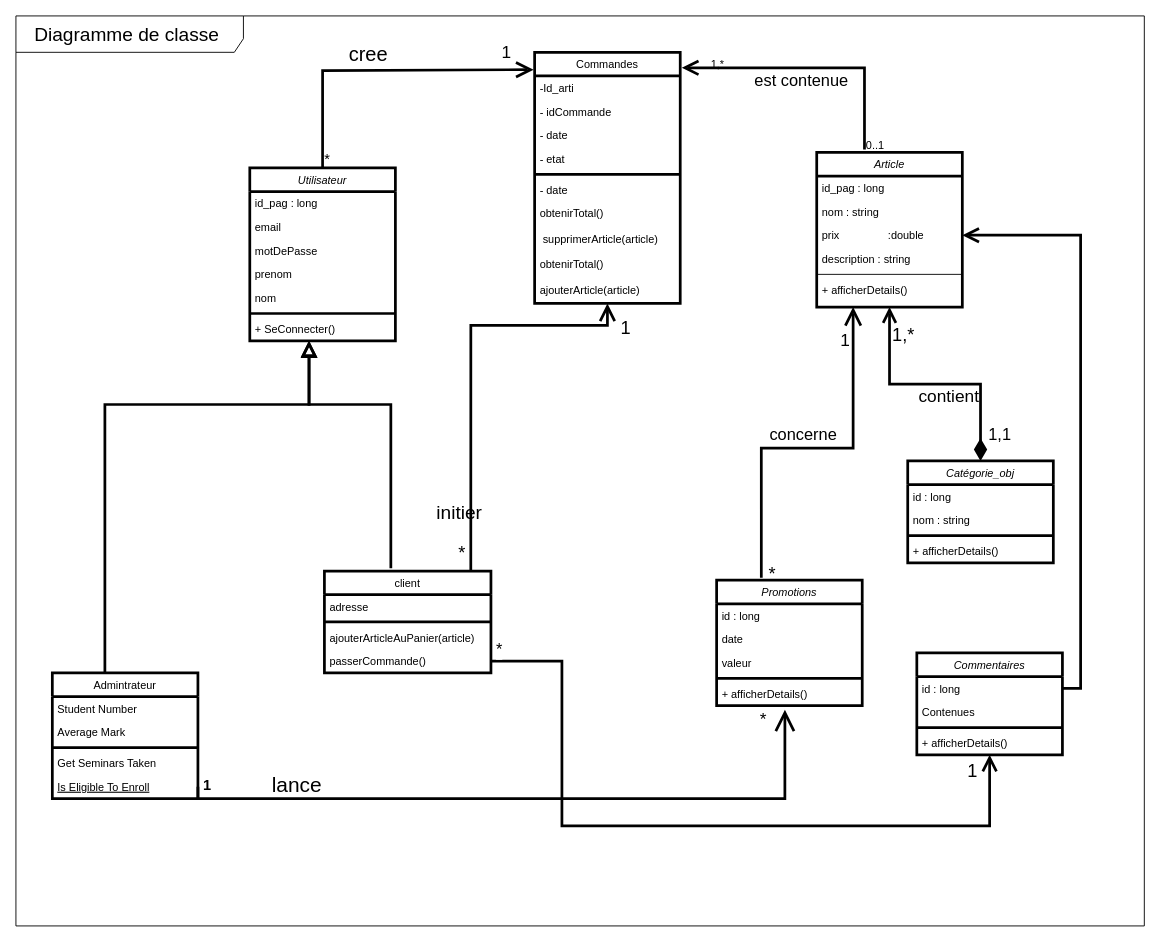
Earlier version of the draw.io diagram res/Classe Diagram.drawio (Meshavegas/Fadhyl-Store). Source tidied: cells renumbered, new cells numbered last; positions are measured from the earlier drawing's top-left corner, leaving out a move shared by most shapes. Both pictures are drawn from the tidied source at 91%, with x=0, y=0 at pixel (15, -56).
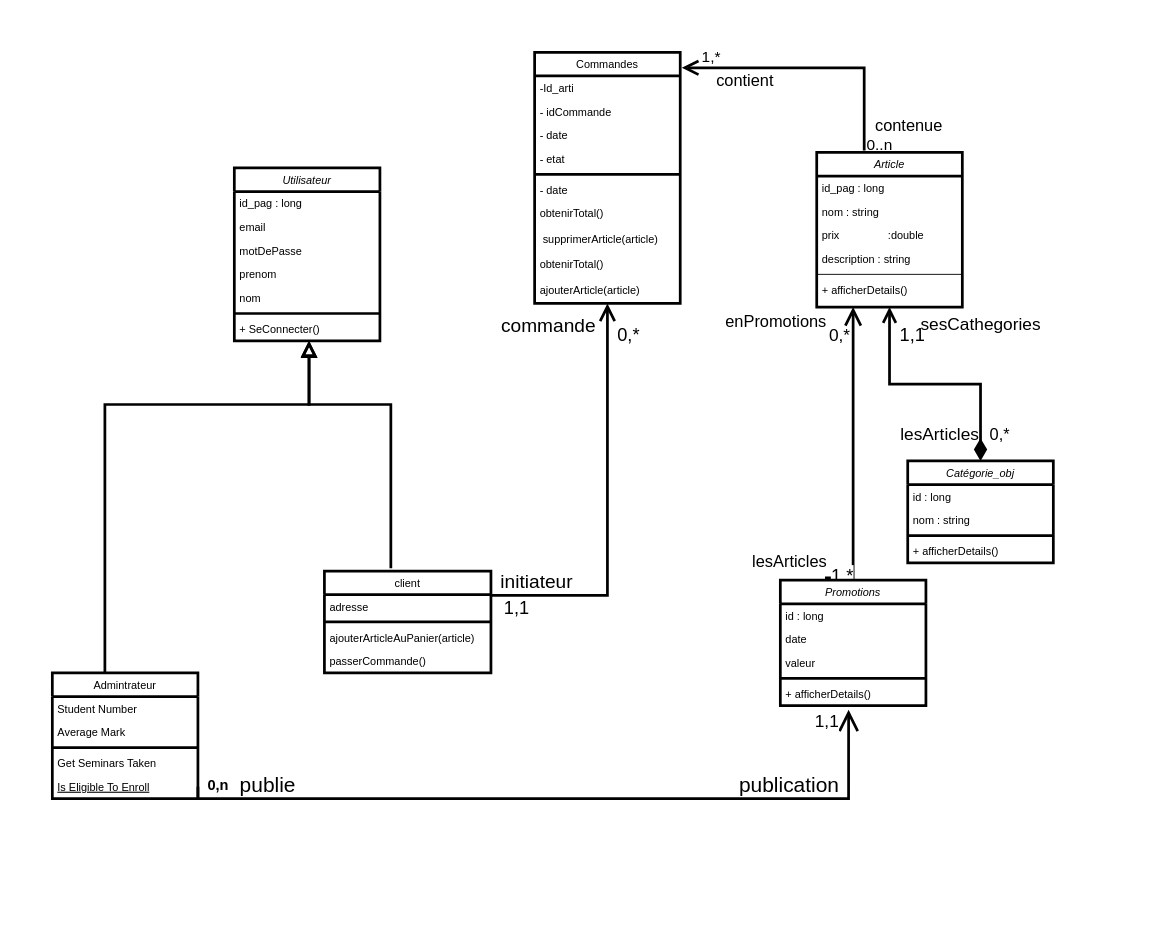
Above is the later version.

The change refers to these unchanged cells:
```xml
<mxCell id="5" value="Article" style="swimlane;fontStyle=2;align=center;verticalAlign=top;horizontal=1;startSize=26;rounded=0;shadow=0;strokeWidth=3;" parent="1" vertex="1">
  <mxGeometry x="880" y="228" width="160" height="170" as="geometry" />
</mxCell>
<mxCell id="8" value="prix                :double" style="text;align=left;verticalAlign=top;spacingLeft=4;spacingRight=4;overflow=hidden;points=[[0,0.5],[1,0.5]];portConstraint=eastwest;rounded=0;shadow=0;html=0;" parent="5" vertex="1">
  <mxGeometry y="78" width="160" height="26" as="geometry" />
</mxCell>
<mxCell id="17" value="Is Eligible To Enroll" style="text;align=left;verticalAlign=top;spacingLeft=4;spacingRight=4;overflow=hidden;points=[[0,0.5],[1,0.5]];portConstraint=eastwest;fontStyle=4;" parent="12" vertex="1">
  <mxGeometry y="112" width="160" height="26" as="geometry" />
</mxCell>
<mxCell id="19" value="client" style="swimlane;fontStyle=0;align=center;verticalAlign=top;horizontal=1;startSize=26;rounded=0;shadow=0;strokeWidth=3;" parent="1" vertex="1">
  <mxGeometry x="339" y="688" width="183" height="112" as="geometry" />
</mxCell>
<mxCell id="20" value="adresse" style="text;align=left;verticalAlign=top;spacingLeft=4;spacingRight=4;overflow=hidden;points=[[0,0.5],[1,0.5]];portConstraint=eastwest;" parent="19" vertex="1">
  <mxGeometry y="26" width="183" height="26" as="geometry" />
</mxCell>
<mxCell id="23" value="passerCommande()" style="text;align=left;verticalAlign=top;spacingLeft=4;spacingRight=4;overflow=hidden;points=[[0,0.5],[1,0.5]];portConstraint=eastwest;" parent="19" vertex="1">
  <mxGeometry y="86" width="183" height="26" as="geometry" />
</mxCell>
<mxCell id="29" value="Commandes" style="swimlane;fontStyle=0;align=center;verticalAlign=top;horizontal=1;startSize=26;rounded=0;shadow=0;strokeWidth=3;" parent="1" vertex="1">
  <mxGeometry x="570" y="118" width="160" height="276" as="geometry" />
</mxCell>
<mxCell id="56" style="edgeStyle=orthogonalEdgeStyle;rounded=0;jettySize=auto;html=1;exitX=0.5;exitY=0;exitDx=0;exitDy=0;entryX=0.5;entryY=1;entryDx=0;entryDy=0;startArrow=diamondThin;startFill=1;targetPerimeterSpacing=8;sourcePerimeterSpacing=4;endSize=11;startSize=16;endArrow=open;endFill=0;strokeWidth=3;" parent="1" edge="1" source="58" target="5">
  <mxGeometry relative="1" as="geometry" />
</mxCell>
<mxCell id="70" value="+ afficherDetails()" style="text;align=left;verticalAlign=top;spacingLeft=4;spacingRight=4;overflow=hidden;points=[[0,0.5],[1,0.5]];portConstraint=eastwest;" parent="65" vertex="1">
  <mxGeometry y="112" width="160" height="26" as="geometry" />
</mxCell>
```

What changed in the source:
```diff
@@
     <mxCell id="2" style="edgeStyle=orthogonalEdgeStyle;rounded=0;jettySize=auto;html=1;exitX=0.25;exitY=1;exitDx=0;exitDy=0;entryX=0.307;entryY=-0.018;entryDx=0;entryDy=0;entryPerimeter=0;startArrow=open;startFill=0;endArrow=none;endFill=0;strokeWidth=3;endSize=14;sourcePerimeterSpacing=14;targetPerimeterSpacing=13;startSize=14;" parent="1" edge="1" source="5" target="65">
-      <mxGeometry relative="1" as="geometry" />
+      <mxGeometry relative="1" as="geometry">
+        <Array as="points">
+          <mxPoint x="920" y="696" />
+        </Array>
+      </mxGeometry>
     </mxCell>
-    <mxCell id="3" value="&lt;font style=&quot;font-size: 19px;&quot;&gt;1&lt;/font&gt;" style="edgeLabel;html=1;align=center;verticalAlign=middle;" parent="2" vertex="1">
+    <mxCell id="3" value="&lt;font style=&quot;font-size: 19px;&quot;&gt;0,*&lt;/font&gt;" style="edgeLabel;html=1;align=center;verticalAlign=middle;labelBackgroundColor=none;" parent="2" vertex="1">
       <mxGeometry x="-0.86" y="1" relative="1" as="geometry">
-        <mxPoint x="-11" y="8" as="offset" />
+        <mxPoint x="-17" y="8" as="offset" />
       </mxGeometry>
     </mxCell>
-    <mxCell id="4" value="&lt;font style=&quot;font-size: 20px;&quot;&gt;*&lt;/font&gt;" style="edgeLabel;html=1;align=center;verticalAlign=middle;" parent="2" vertex="1">
+    <mxCell id="4" value="&lt;span style=&quot;font-size: 20px;&quot;&gt;1,*&lt;/span&gt;" style="edgeLabel;html=1;align=center;verticalAlign=middle;" parent="2" vertex="1">
       <mxGeometry x="0.97" y="2" relative="1" as="geometry">
-        <mxPoint x="9" as="offset" />
+        <mxPoint x="13" y="-5" as="offset" />
       </mxGeometry>
     </mxCell>
@@
-    <mxCell id="25" style="endArrow=open;shadow=0;strokeWidth=3;rounded=0;endFill=1;edgeStyle=elbowEdgeStyle;elbow=vertical;entryX=1.011;entryY=0.062;entryDx=0;entryDy=0;entryPerimeter=0;exitX=0.328;exitY=-0.019;exitDx=0;exitDy=0;exitPerimeter=0;endSize=12;" parent="1" edge="1" source="5" target="29">
+    <mxCell id="25" style="endArrow=open;shadow=0;strokeWidth=3;rounded=0;endFill=1;edgeStyle=elbowEdgeStyle;elbow=vertical;entryX=1.011;entryY=0.062;entryDx=0;entryDy=0;entryPerimeter=0;exitX=0.326;exitY=-0.012;exitDx=0;exitDy=0;exitPerimeter=0;endSize=12;" parent="1" edge="1" source="5" target="29">
       <mxGeometry x="0.5" y="41" relative="1" as="geometry">
         <Array as="points">
           <mxPoint x="982.1" y="135" />
           <mxPoint x="682.1" y="45" />
           <mxPoint x="922.1" />
         </Array>
         <mxPoint x="-40" y="32" as="offset" />
       </mxGeometry>
     </mxCell>
-    <mxCell id="26" value="0..1" style="align=left;verticalAlign=bottom;labelBackgroundColor=none;fontSize=12;" parent="25" vertex="1">
+    <mxCell id="26" value="0..n" style="align=left;verticalAlign=bottom;labelBackgroundColor=none;fontSize=17;" parent="25" vertex="1">
       <mxGeometry x="-1" relative="1" as="geometry">
-        <mxPoint y="4" as="offset" />
+        <mxPoint x="1" y="4" as="offset" />
       </mxGeometry>
     </mxCell>
-    <mxCell id="27" value="1,*" style="align=right;verticalAlign=bottom;labelBackgroundColor=none;fontSize=12;" parent="25" vertex="1">
+    <mxCell id="27" value="1,*" style="align=right;verticalAlign=bottom;labelBackgroundColor=none;fontSize=17;" parent="25" vertex="1">
       <mxGeometry x="1" relative="1" as="geometry">
-        <mxPoint x="48" y="4" as="offset" />
+        <mxPoint x="44" y="-2" as="offset" />
       </mxGeometry>
     </mxCell>
-    <mxCell id="28" value="&lt;font style=&quot;font-size: 18px;&quot;&gt;est contenue&lt;/font&gt;" style="text;html=1;align=center;verticalAlign=middle;labelBackgroundColor=none;rounded=0;shadow=0;strokeWidth=1;fontSize=12;" parent="25" vertex="1">
+    <mxCell id="28" value="&lt;font style=&quot;font-size: 18px;&quot;&gt;contient&lt;/font&gt;" style="text;html=1;align=center;verticalAlign=middle;labelBackgroundColor=none;rounded=0;shadow=0;strokeWidth=1;fontSize=12;" parent="25" vertex="1">
       <mxGeometry x="0.5" y="49" relative="1" as="geometry">
-        <mxPoint x="58" y="-36" as="offset" />
+        <mxPoint x="-4" y="-36" as="offset" />
       </mxGeometry>
     </mxCell>
+    <mxCell id="86" value="&lt;span style=&quot;font-size: 18px;&quot;&gt;contenue&lt;/span&gt;" style="text;html=1;align=center;verticalAlign=middle;labelBackgroundColor=none;rounded=0;shadow=0;strokeWidth=1;fontSize=12;" parent="25" vertex="1">
+      <mxGeometry x="0.5" y="49" relative="1" as="geometry">
+        <mxPoint x="176" y="14" as="offset" />
+      </mxGeometry>
+    </mxCell>
@@
-    <mxCell id="40" style="edgeStyle=orthogonalEdgeStyle;rounded=0;jettySize=auto;html=1;exitX=0.5;exitY=0;exitDx=0;exitDy=0;entryX=-0.007;entryY=0.069;entryDx=0;entryDy=0;endArrow=open;endFill=0;strokeWidth=3;endSize=13;entryPerimeter=0;" parent="1" edge="1" source="44" target="29">
-      <mxGeometry relative="1" as="geometry">
-        <Array as="points">
-          <mxPoint x="337" y="138" />
-          <mxPoint x="569" y="138" />
-        </Array>
-      </mxGeometry>
-    </mxCell>
-    <mxCell id="41" value="&lt;font style=&quot;font-size: 16px;&quot;&gt;*&lt;/font&gt;" style="edgeLabel;html=1;align=center;verticalAlign=middle;" parent="40" vertex="1">
-      <mxGeometry x="-0.93" y="-1" relative="1" as="geometry">
-        <mxPoint x="3" y="1" as="offset" />
-      </mxGeometry>
-    </mxCell>
-    <mxCell id="42" value="&lt;font style=&quot;font-size: 19px;&quot;&gt;1&lt;/font&gt;" style="edgeLabel;html=1;align=center;verticalAlign=middle;" parent="40" vertex="1">
-      <mxGeometry x="0.87" relative="1" as="geometry">
-        <mxPoint x="-8" y="-19" as="offset" />
-      </mxGeometry>
-    </mxCell>
-    <mxCell id="43" value="&lt;font style=&quot;font-size: 22px;&quot;&gt;cree&lt;/font&gt;" style="edgeLabel;html=1;align=center;verticalAlign=middle;fontSize=22;" parent="40" vertex="1">
-      <mxGeometry x="-0.34" relative="1" as="geometry">
-        <mxPoint x="45" y="-17" as="offset" />
-      </mxGeometry>
-    </mxCell>
     <mxCell id="44" value="Utilisateur" style="swimlane;fontStyle=2;align=center;verticalAlign=top;horizontal=1;startSize=26;rounded=0;shadow=0;strokeWidth=3;" parent="1" vertex="1">
-      <mxGeometry x="257" y="245" width="160" height="190" as="geometry" />
+      <mxGeometry x="240" y="245" width="160" height="190" as="geometry" />
     </mxCell>
@@
-    <mxCell id="52" style="edgeStyle=orthogonalEdgeStyle;rounded=0;jettySize=auto;html=1;exitX=0.879;exitY=-0.005;exitDx=0;exitDy=0;exitPerimeter=0;strokeWidth=3;endSize=13;endArrow=open;endFill=0;" parent="1" edge="1" source="19" target="29">
+    <mxCell id="52" style="edgeStyle=orthogonalEdgeStyle;rounded=0;jettySize=auto;html=1;exitX=1.002;exitY=0.027;exitDx=0;exitDy=0;exitPerimeter=0;strokeWidth=3;endSize=13;endArrow=open;endFill=0;" parent="1" edge="1" source="20" target="29">
       <mxGeometry relative="1" as="geometry">
         <Array as="points">
-          <mxPoint x="500" y="418" />
+          <mxPoint x="650" y="715" />
         </Array>
       </mxGeometry>
     </mxCell>
-    <mxCell id="53" value="&lt;font style=&quot;font-size: 20px;&quot;&gt;*&lt;/font&gt;" style="edgeLabel;html=1;align=center;verticalAlign=middle;" parent="52" vertex="1">
+    <mxCell id="53" value="&lt;font style=&quot;font-size: 20px;&quot;&gt;1,1&lt;/font&gt;" style="edgeLabel;html=1;align=center;verticalAlign=middle;labelBackgroundColor=none;" parent="52" vertex="1">
       <mxGeometry x="-0.89" y="-1" relative="1" as="geometry">
-        <mxPoint x="-11" y="3" as="offset" />
+        <mxPoint x="2" y="12" as="offset" />
       </mxGeometry>
     </mxCell>
-    <mxCell id="54" value="&lt;font style=&quot;font-size: 20px;&quot;&gt;1&lt;/font&gt;" style="edgeLabel;html=1;align=center;verticalAlign=middle;" parent="52" vertex="1">
+    <mxCell id="54" value="&lt;font style=&quot;font-size: 20px;&quot;&gt;0,*&lt;br&gt;&lt;/font&gt;" style="edgeLabel;html=1;align=center;verticalAlign=middle;" parent="52" vertex="1">
       <mxGeometry x="-0.89" y="-1" relative="1" as="geometry">
-        <mxPoint x="169" y="-244" as="offset" />
+        <mxPoint x="125" y="-288" as="offset" />
       </mxGeometry>
     </mxCell>
-    <mxCell id="55" value="&lt;font style=&quot;font-size: 21px;&quot;&gt;initier&lt;/font&gt;" style="text;html=1;align=center;verticalAlign=middle;strokeColor=none;fillColor=none;" parent="1" vertex="1">
-      <mxGeometry x="452" y="603" width="70" height="40" as="geometry" />
-    </mxCell>
@@
-    <mxCell id="57" value="&lt;font style=&quot;font-size: 18px;&quot;&gt;1,1&lt;/font&gt;" style="edgeLabel;html=1;align=center;verticalAlign=middle;" parent="56" vertex="1">
+    <mxCell id="57" value="&lt;font style=&quot;font-size: 18px;&quot;&gt;0,*&lt;/font&gt;" style="edgeLabel;html=1;align=center;verticalAlign=middle;" parent="56" vertex="1">
       <mxGeometry x="-0.84" relative="1" as="geometry">
         <mxPoint x="20" y="-7" as="offset" />
       </mxGeometry>
     </mxCell>
@@
-    <mxCell id="63" value="contient" style="text;html=1;align=center;verticalAlign=middle;strokeColor=none;fillColor=none;fontSize=19;" parent="1" vertex="1">
-      <mxGeometry x="980" y="477" width="90" height="40" as="geometry" />
+    <mxCell id="63" value="sesCathegories" style="text;html=1;align=center;verticalAlign=middle;strokeColor=none;fillColor=none;fontSize=19;" parent="1" vertex="1">
+      <mxGeometry x="980" y="398" width="160" height="40" as="geometry" />
     </mxCell>
-    <mxCell id="64" value="&lt;font style=&quot;font-size: 20px;&quot;&gt;1,*&lt;/font&gt;" style="text;html=1;align=center;verticalAlign=middle;strokeColor=none;fillColor=none;" parent="1" vertex="1">
-      <mxGeometry x="950" y="408" width="50" height="40" as="geometry" />
+    <mxCell id="64" value="&lt;font style=&quot;font-size: 20px;&quot;&gt;1,1&lt;/font&gt;" style="text;html=1;align=center;verticalAlign=middle;strokeColor=none;fillColor=none;" parent="1" vertex="1">
+      <mxGeometry x="960" y="408" width="50" height="40" as="geometry" />
     </mxCell>
     <mxCell id="65" value="Promotions" style="swimlane;fontStyle=2;align=center;verticalAlign=top;horizontal=1;startSize=26;rounded=0;shadow=0;strokeWidth=3;" parent="1" vertex="1">
-      <mxGeometry x="770" y="698" width="160" height="138" as="geometry" />
+      <mxGeometry x="840" y="698" width="160" height="138" as="geometry" />
     </mxCell>
@@
-    <mxCell id="71" value="concerne" style="text;html=1;align=center;verticalAlign=middle;strokeColor=none;fillColor=none;fontSize=18;" parent="1" vertex="1">
-      <mxGeometry x="815" y="518" width="100" height="40" as="geometry" />
+    <mxCell id="71" value="enPromotions" style="text;html=1;align=center;verticalAlign=middle;strokeColor=none;fillColor=none;fontSize=18;" parent="1" vertex="1">
+      <mxGeometry x="770" y="394" width="130" height="40" as="geometry" />
     </mxCell>
     <mxCell id="72" style="edgeStyle=orthogonalEdgeStyle;rounded=0;jettySize=auto;html=1;exitX=1;exitY=0.5;exitDx=0;exitDy=0;entryX=0.469;entryY=1.173;entryDx=0;entryDy=0;entryPerimeter=0;strokeWidth=3;endArrow=open;endFill=0;endSize=17;" parent="1" edge="1" source="17" target="70">
       <mxGeometry relative="1" as="geometry">
         <Array as="points">
           <mxPoint x="200" y="938" />
-          <mxPoint x="845" y="938" />
+          <mxPoint x="915" y="938" />
         </Array>
       </mxGeometry>
     </mxCell>
-    <mxCell id="73" value="&lt;span style=&quot;font-size: 19px;&quot;&gt;*&lt;/span&gt;" style="edgeLabel;html=1;align=center;verticalAlign=middle;" parent="72" vertex="1">
+    <mxCell id="73" value="&lt;span style=&quot;font-size: 19px;&quot;&gt;1,1&lt;/span&gt;" style="edgeLabel;html=1;align=center;verticalAlign=middle;" parent="72" vertex="1">
       <mxGeometry x="0.95" y="-1" relative="1" as="geometry">
         <mxPoint x="-26" y="-8" as="offset" />
       </mxGeometry>
     </mxCell>
-    <mxCell id="74" value="lance" style="text;html=1;strokeColor=none;fillColor=none;align=center;verticalAlign=middle;whiteSpace=wrap;rounded=0;fontSize=23;" parent="1" vertex="1">
-      <mxGeometry x="279" y="908" width="60" height="30" as="geometry" />
+    <mxCell id="74" value="publie" style="text;html=1;strokeColor=none;fillColor=none;align=center;verticalAlign=middle;whiteSpace=wrap;rounded=0;fontSize=23;" parent="1" vertex="1">
+      <mxGeometry x="247" y="908" width="60" height="30" as="geometry" />
     </mxCell>
-    <mxCell id="75" value="&lt;font style=&quot;font-size: 21px;&quot;&gt;Diagramme de classe&amp;nbsp;&lt;/font&gt;" style="shape=umlFrame;whiteSpace=wrap;html=1;width=250;height=40;" parent="1" vertex="1">
-      <mxGeometry y="78" width="1240" height="1000" as="geometry" />
-    </mxCell>
-    <mxCell id="76" value="Commentaires" style="swimlane;fontStyle=2;align=center;verticalAlign=top;horizontal=1;startSize=26;rounded=0;shadow=0;strokeWidth=3;" parent="1" vertex="1">
-      <mxGeometry x="990" y="778" width="160" height="112" as="geometry" />
-    </mxCell>
-    <mxCell id="77" value="id : long" style="text;align=left;verticalAlign=top;spacingLeft=4;spacingRight=4;overflow=hidden;points=[[0,0.5],[1,0.5]];portConstraint=eastwest;" parent="76" vertex="1">
-      <mxGeometry y="26" width="160" height="26" as="geometry" />
-    </mxCell>
-    <mxCell id="78" value="Contenues" style="text;align=left;verticalAlign=top;spacingLeft=4;spacingRight=4;overflow=hidden;" parent="76" vertex="1">
-      <mxGeometry y="52" width="160" height="26" as="geometry" />
-    </mxCell>
-    <mxCell id="79" style="line;html=1;strokeWidth=3;align=left;verticalAlign=middle;spacingTop=-1;spacingLeft=3;spacingRight=3;labelPosition=right;" parent="76" vertex="1">
-      <mxGeometry y="78" width="160" height="8" as="geometry" />
-    </mxCell>
-    <mxCell id="80" value="+ afficherDetails()" style="text;align=left;verticalAlign=top;spacingLeft=4;spacingRight=4;overflow=hidden;points=[[0,0.5],[1,0.5]];portConstraint=eastwest;strokeWidth=3;" parent="76" vertex="1">
-      <mxGeometry y="86" width="160" height="26" as="geometry" />
-    </mxCell>
-    <mxCell id="81" style="edgeStyle=orthogonalEdgeStyle;rounded=0;jettySize=auto;html=1;exitX=1;exitY=0.5;exitDx=0;exitDy=0;endArrow=open;endFill=0;strokeWidth=3;endSize=12;" parent="1" edge="1" source="77" target="8">
-      <mxGeometry relative="1" as="geometry" />
-    </mxCell>
-    <mxCell id="82" style="edgeStyle=orthogonalEdgeStyle;rounded=0;jettySize=auto;html=1;exitX=1;exitY=0.5;exitDx=0;exitDy=0;entryX=0.5;entryY=0.997;entryDx=0;entryDy=0;entryPerimeter=0;strokeWidth=3;endArrow=open;endFill=0;endSize=12;" parent="1" edge="1" source="23" target="80">
-      <mxGeometry relative="1" as="geometry">
-        <Array as="points">
-          <mxPoint x="600" y="787" />
-          <mxPoint x="600" y="968" />
-          <mxPoint x="1070" y="968" />
-        </Array>
-      </mxGeometry>
-    </mxCell>
-    <mxCell id="83" value="&lt;font style=&quot;font-size: 18px;&quot;&gt;*&lt;/font&gt;" style="edgeLabel;html=1;align=center;verticalAlign=middle;" parent="82" vertex="1">
-      <mxGeometry x="-0.95" y="1" relative="1" as="geometry">
-        <mxPoint x="-12" y="-12" as="offset" />
-      </mxGeometry>
-    </mxCell>
-    <mxCell id="84" value="&lt;font style=&quot;font-size: 20px;&quot;&gt;1&lt;/font&gt;" style="edgeLabel;html=1;align=center;verticalAlign=middle;" parent="82" vertex="1">
-      <mxGeometry x="0.96" y="4" relative="1" as="geometry">
-        <mxPoint x="-16" as="offset" />
-      </mxGeometry>
-    </mxCell>
-    <mxCell id="85" value="&lt;font style=&quot;font-size: 16px;&quot;&gt;&lt;b&gt;1&lt;/b&gt;&lt;/font&gt;" style="text;html=1;align=center;verticalAlign=middle;strokeColor=none;fillColor=none;" parent="1" vertex="1">
-      <mxGeometry x="195" y="908" width="30" height="30" as="geometry" />
+    <mxCell id="85" value="&lt;font style=&quot;font-size: 16px;&quot;&gt;&lt;b&gt;0,n&lt;/b&gt;&lt;/font&gt;" style="text;html=1;align=center;verticalAlign=middle;strokeColor=none;fillColor=none;" parent="1" vertex="1">
+      <mxGeometry x="197" y="908" width="50" height="30" as="geometry" />
     </mxCell>
+    <mxCell id="87" value="&lt;font style=&quot;font-size: 21px;&quot;&gt;initiateur&lt;/font&gt;" style="text;html=1;align=center;verticalAlign=middle;strokeColor=none;fillColor=none;" parent="1" vertex="1">
+      <mxGeometry x="522" y="679" width="100" height="40" as="geometry" />
+    </mxCell>
+    <mxCell id="88" value="publication" style="text;html=1;strokeColor=none;fillColor=none;align=center;verticalAlign=middle;whiteSpace=wrap;rounded=0;fontSize=23;" parent="1" vertex="1">
+      <mxGeometry x="820" y="908" width="60" height="30" as="geometry" />
+    </mxCell>
+    <mxCell id="89" value="&lt;font style=&quot;font-size: 21px;&quot;&gt;commande&lt;/font&gt;" style="text;html=1;align=center;verticalAlign=middle;strokeColor=none;fillColor=none;" parent="1" vertex="1">
+      <mxGeometry x="520" y="398" width="130" height="40" as="geometry" />
+    </mxCell>
+    <mxCell id="90" value="lesArticles" style="text;html=1;align=center;verticalAlign=middle;strokeColor=none;fillColor=none;fontSize=19;" parent="1" vertex="1">
+      <mxGeometry x="960" y="518" width="110" height="40" as="geometry" />
+    </mxCell>
+    <mxCell id="91" value="lesArticles" style="text;html=1;align=center;verticalAlign=middle;strokeColor=none;fillColor=none;fontSize=18;" parent="1" vertex="1">
+      <mxGeometry x="795" y="658" width="110" height="40" as="geometry" />
+    </mxCell>
```
